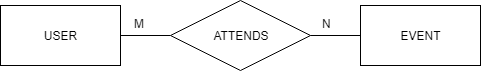
Above: img/er-diagram.png in ishasat/SWE-App-Data-Analyzer (draw.io), before the change. Source tidied: cells renumbered, new cells last; positions are measured from the earlier drawing's top-left corner, leaving out a move shared by most shapes.
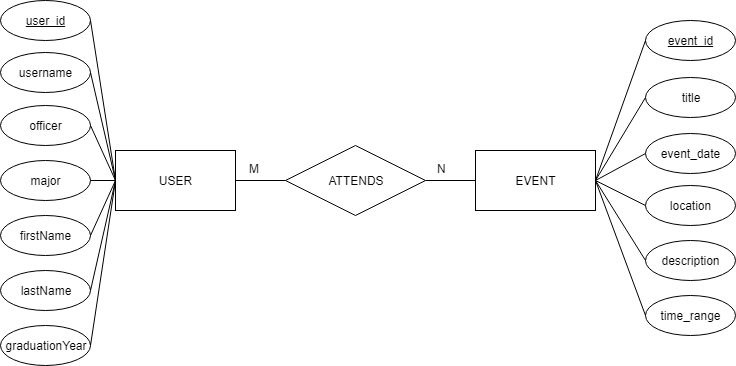
After the change.

The edit, as a diff of the source:
```diff
@@ -23,5 +23,83 @@
     <mxCell id="8" value="N" style="text;html=1;align=left;verticalAlign=top;spacingTop=-4;" parent="1" vertex="1">
       <mxGeometry x="320" y="14" width="20" height="20" as="geometry" />
     </mxCell>
+    <mxCell id="9" value="&lt;u&gt;user_id&lt;/u&gt;" style="ellipse;whiteSpace=wrap;html=1;" parent="1" vertex="1">
+      <mxGeometry x="-115" y="-145" width="90" height="40" as="geometry" />
+    </mxCell>
+    <mxCell id="10" value="username" style="ellipse;whiteSpace=wrap;html=1;" parent="1" vertex="1">
+      <mxGeometry x="-115" y="-93" width="90" height="40" as="geometry" />
+    </mxCell>
+    <mxCell id="11" value="major" style="ellipse;whiteSpace=wrap;html=1;" parent="1" vertex="1">
+      <mxGeometry x="-115" y="15" width="90" height="40" as="geometry" />
+    </mxCell>
+    <mxCell id="12" value="firstName" style="ellipse;whiteSpace=wrap;html=1;" parent="1" vertex="1">
+      <mxGeometry x="-115" y="70" width="90" height="40" as="geometry" />
+    </mxCell>
+    <mxCell id="13" value="lastName" style="ellipse;whiteSpace=wrap;html=1;" parent="1" vertex="1">
+      <mxGeometry x="-115" y="125" width="90" height="40" as="geometry" />
+    </mxCell>
+    <mxCell id="14" value="officer" style="ellipse;whiteSpace=wrap;html=1;" parent="1" vertex="1">
+      <mxGeometry x="-115" y="-40" width="90" height="40" as="geometry" />
+    </mxCell>
+    <mxCell id="15" value="graduationYear" style="ellipse;whiteSpace=wrap;html=1;" parent="1" vertex="1">
+      <mxGeometry x="-115" y="180" width="90" height="40" as="geometry" />
+    </mxCell>
+    <mxCell id="16" value="title" style="ellipse;whiteSpace=wrap;html=1;" parent="1" vertex="1">
+      <mxGeometry x="530" y="-68" width="90" height="40" as="geometry" />
+    </mxCell>
+    <mxCell id="17" value="event_date" style="ellipse;whiteSpace=wrap;html=1;" parent="1" vertex="1">
+      <mxGeometry x="530" y="-12" width="90" height="40" as="geometry" />
+    </mxCell>
+    <mxCell id="18" value="location" style="ellipse;whiteSpace=wrap;html=1;" parent="1" vertex="1">
+      <mxGeometry x="530" y="40" width="90" height="40" as="geometry" />
+    </mxCell>
+    <mxCell id="19" value="description" style="ellipse;whiteSpace=wrap;html=1;" parent="1" vertex="1">
+      <mxGeometry x="530" y="95" width="90" height="40" as="geometry" />
+    </mxCell>
+    <mxCell id="20" value="time_range" style="ellipse;whiteSpace=wrap;html=1;" parent="1" vertex="1">
+      <mxGeometry x="530" y="150" width="90" height="40" as="geometry" />
+    </mxCell>
+    <mxCell id="21" style="endArrow=none;html=1;entryX=1;entryY=0.5;entryDx=0;entryDy=0;exitX=0;exitY=0.5;exitDx=0;exitDy=0;" parent="1" edge="1" source="3" target="9">
+      <mxGeometry relative="1" as="geometry" />
+    </mxCell>
+    <mxCell id="22" style="endArrow=none;html=1;entryX=1;entryY=0.5;entryDx=0;entryDy=0;exitX=0;exitY=0.5;exitDx=0;exitDy=0;" parent="1" edge="1" source="3" target="10">
+      <mxGeometry relative="1" as="geometry" />
+    </mxCell>
+    <mxCell id="23" style="endArrow=none;html=1;entryX=0;entryY=0.5;entryDx=0;entryDy=0;exitX=1;exitY=0.5;exitDx=0;exitDy=0;" parent="1" edge="1" source="14" target="3">
+      <mxGeometry relative="1" as="geometry" />
+    </mxCell>
+    <mxCell id="24" style="endArrow=none;html=1;entryX=1;entryY=0.5;entryDx=0;entryDy=0;exitX=0;exitY=0.5;exitDx=0;exitDy=0;" parent="1" edge="1" source="3" target="11">
+      <mxGeometry relative="1" as="geometry" />
+    </mxCell>
+    <mxCell id="25" style="endArrow=none;html=1;entryX=1;entryY=0.5;entryDx=0;entryDy=0;exitX=0;exitY=0.5;exitDx=0;exitDy=0;" parent="1" edge="1" source="3" target="12">
+      <mxGeometry relative="1" as="geometry" />
+    </mxCell>
+    <mxCell id="26" style="endArrow=none;html=1;entryX=1;entryY=0.5;entryDx=0;entryDy=0;exitX=0;exitY=0.5;exitDx=0;exitDy=0;" parent="1" edge="1" source="3" target="13">
+      <mxGeometry relative="1" as="geometry" />
+    </mxCell>
+    <mxCell id="27" style="endArrow=none;html=1;entryX=1;entryY=0.5;entryDx=0;entryDy=0;exitX=0;exitY=0.5;exitDx=0;exitDy=0;" parent="1" edge="1" source="3" target="15">
+      <mxGeometry relative="1" as="geometry" />
+    </mxCell>
+    <mxCell id="28" style="endArrow=none;html=1;entryX=0;entryY=0.5;entryDx=0;entryDy=0;exitX=1;exitY=0.5;exitDx=0;exitDy=0;" parent="1" edge="1" source="6" target="16">
+      <mxGeometry relative="1" as="geometry" />
+    </mxCell>
+    <mxCell id="29" style="endArrow=none;html=1;entryX=0;entryY=0.5;entryDx=0;entryDy=0;exitX=1;exitY=0.5;exitDx=0;exitDy=0;" parent="1" edge="1" source="6" target="17">
+      <mxGeometry relative="1" as="geometry" />
+    </mxCell>
+    <mxCell id="30" style="endArrow=none;html=1;entryX=0;entryY=0.5;entryDx=0;entryDy=0;exitX=1;exitY=0.5;exitDx=0;exitDy=0;" parent="1" edge="1" source="6" target="18">
+      <mxGeometry relative="1" as="geometry" />
+    </mxCell>
+    <mxCell id="31" style="endArrow=none;html=1;entryX=0;entryY=0.5;entryDx=0;entryDy=0;exitX=1;exitY=0.5;exitDx=0;exitDy=0;" parent="1" edge="1" source="6" target="19">
+      <mxGeometry relative="1" as="geometry" />
+    </mxCell>
+    <mxCell id="32" style="endArrow=none;html=1;entryX=0;entryY=0.5;entryDx=0;entryDy=0;exitX=1;exitY=0.5;exitDx=0;exitDy=0;" parent="1" edge="1" source="6" target="20">
+      <mxGeometry relative="1" as="geometry" />
+    </mxCell>
+    <mxCell id="33" value="&lt;u&gt;event_id&lt;/u&gt;" style="ellipse;whiteSpace=wrap;html=1;" parent="1" vertex="1">
+      <mxGeometry x="530" y="-125" width="90" height="40" as="geometry" />
+    </mxCell>
+    <mxCell id="34" style="endArrow=none;html=1;entryX=0;entryY=0.5;entryDx=0;entryDy=0;exitX=1;exitY=0.5;exitDx=0;exitDy=0;" parent="1" edge="1" source="6" target="33">
+      <mxGeometry relative="1" as="geometry" />
+    </mxCell>
   </root>
 </mxGraphModel>
```
